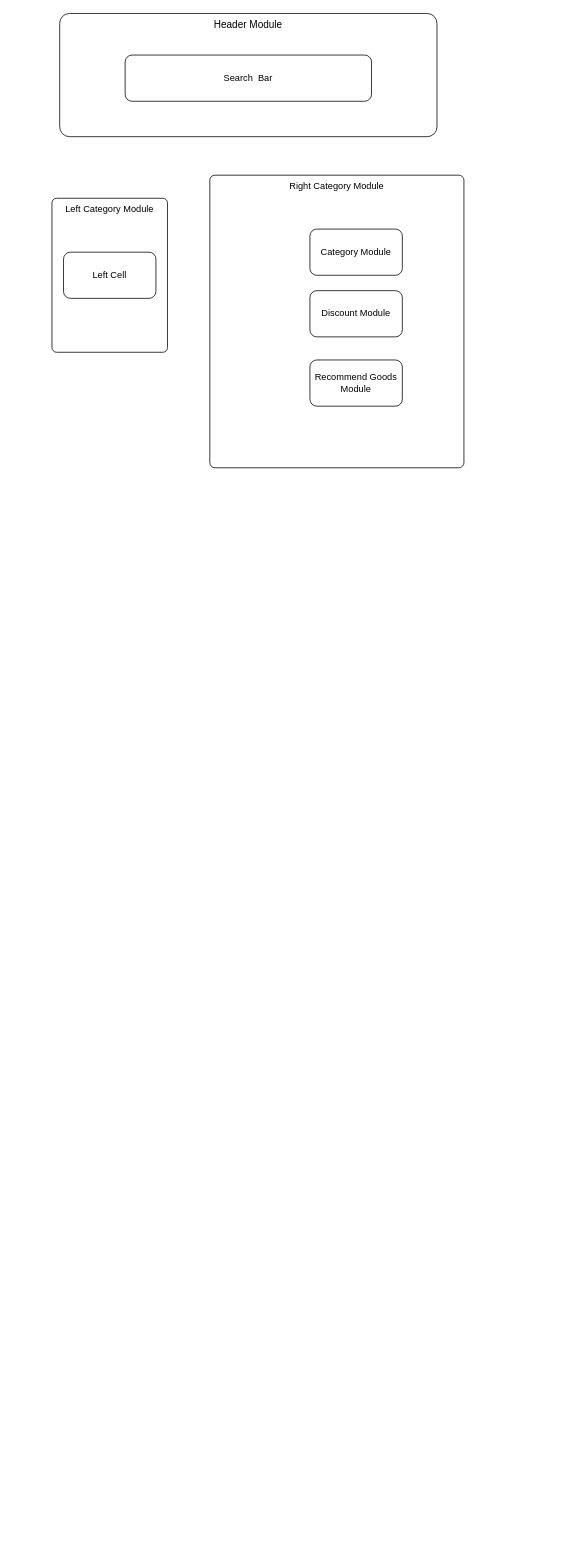
Before: Untitled Diagram.drawio in loohawe/blog, a draw.io diagram. Source tidied: cells renumbered, new cells numbered last; positions are measured from the earlier drawing's top-left corner, leaving out a move shared by most shapes. Both pictures are drawn from the tidied source at 77%, with x=0, y=0 at pixel (52, 13).
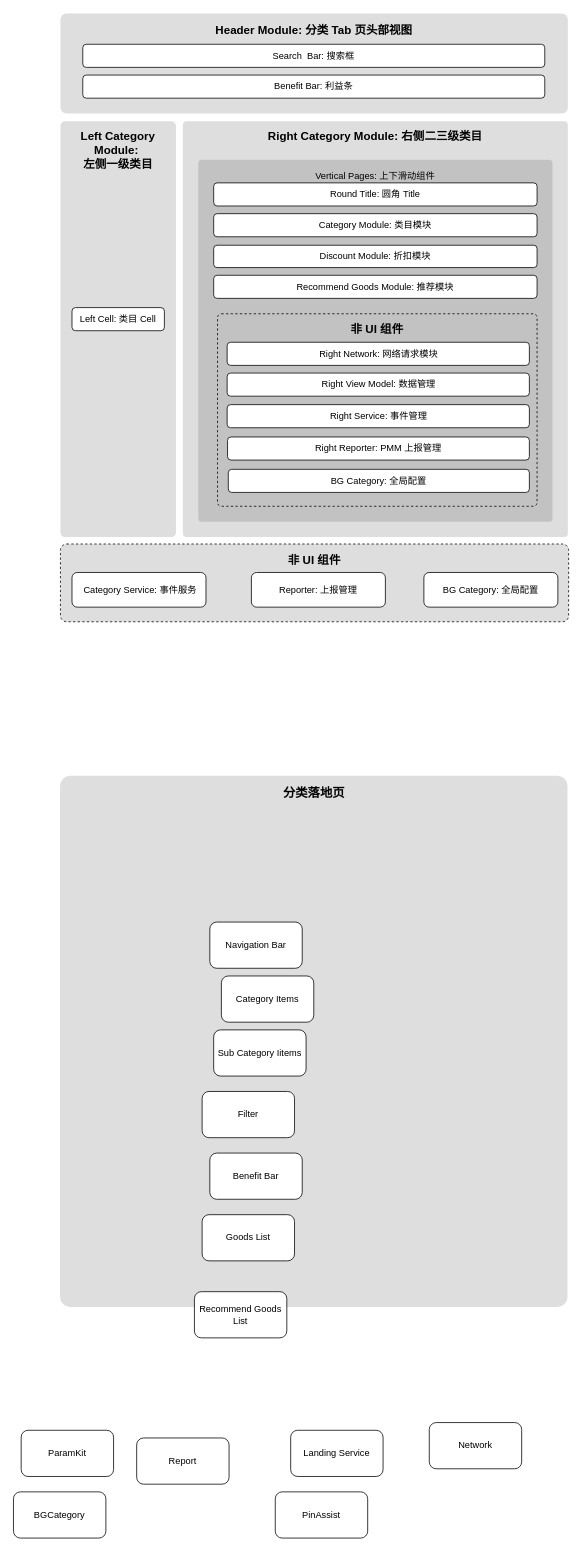
The same diagram, later.

Change to the diagram source:
```diff
@@
-    <mxCell id="2" style="rounded=1;whiteSpace=wrap;html=1;" parent="1" vertex="1">
-      <mxGeometry x="250" y="250" width="220" height="290" as="geometry" />
-    </mxCell>
-    <mxCell id="3" value="Header Module" style="rounded=1;whiteSpace=wrap;html=1;arcSize=8;align=center;verticalAlign=top;fontSize=13;" parent="1" vertex="1">
-      <mxGeometry x="10" width="490" height="160" as="geometry" />
+    <mxCell id="3" value="Header Module: 分类 Tab 页头部视图" style="rounded=1;arcSize=6;align=center;verticalAlign=top;fontSize=15;whiteSpace=wrap;html=1;spacingTop=6;fillStyle=auto;fillColor=#DEDEDE;strokeColor=none;fontStyle=1;" parent="1" vertex="1">
+      <mxGeometry x="11" width="659" height="130" as="geometry" />
     </mxCell>
-    <mxCell id="4" value="Left Category Module" style="rounded=1;whiteSpace=wrap;html=1;arcSize=4;verticalAlign=top;" parent="1" vertex="1">
-      <mxGeometry y="240" width="150" height="200" as="geometry" />
+    <mxCell id="4" value="Left Category Module:&amp;nbsp;&lt;div style=&quot;font-size: 15px;&quot;&gt;左侧一级类目&lt;/div&gt;" style="rounded=1;whiteSpace=wrap;html=1;arcSize=4;verticalAlign=top;spacingTop=4;strokeColor=none;fillColor=#DEDEDE;fontSize=15;fontStyle=1;" parent="1" vertex="1">
+      <mxGeometry x="11" y="140" width="150" height="540" as="geometry" />
     </mxCell>
-    <mxCell id="5" value="Right Category Module" style="rounded=1;whiteSpace=wrap;html=1;glass=0;arcSize=2;verticalAlign=top;" parent="1" vertex="1">
-      <mxGeometry x="205" y="210" width="330" height="380" as="geometry" />
+    <mxCell id="5" value="Right Category Module: 右侧二三级类目" style="rounded=1;whiteSpace=wrap;html=1;glass=0;arcSize=1;verticalAlign=top;fillColor=#DEDEDE;strokeColor=none;spacingTop=4;fontSize=15;fontStyle=1;" parent="1" vertex="1">
+      <mxGeometry x="170" y="140" width="500" height="540" as="geometry" />
     </mxCell>
-    <mxCell id="6" value="Search &amp;nbsp;Bar" style="rounded=1;whiteSpace=wrap;html=1;" parent="1" vertex="1">
-      <mxGeometry x="95" y="54" width="320" height="60" as="geometry" />
+    <mxCell id="6" value="Search &amp;nbsp;Bar: 搜索框" style="rounded=1;whiteSpace=wrap;html=1;" parent="1" vertex="1">
+      <mxGeometry x="40" y="40" width="600" height="30" as="geometry" />
     </mxCell>
-    <mxCell id="7" value="Left Cell" style="rounded=1;whiteSpace=wrap;html=1;" parent="1" vertex="1">
-      <mxGeometry x="15" y="310" width="120" height="60" as="geometry" />
+    <mxCell id="7" value="Left Cell: 类目 Cell" style="rounded=1;whiteSpace=wrap;html=1;" parent="1" vertex="1">
+      <mxGeometry x="26" y="382" width="120" height="30" as="geometry" />
     </mxCell>
+    <mxCell id="2" value="Vertical Pages: 上下滑动组件" style="rounded=1;whiteSpace=wrap;html=1;align=center;verticalAlign=top;spacingTop=7;arcSize=1;fillColor=#C2C2C2;strokeColor=none;" parent="1" vertex="1">
+      <mxGeometry x="190" y="190" width="460" height="470" as="geometry" />
+    </mxCell>
-    <mxCell id="8" value="Category Module" style="rounded=1;whiteSpace=wrap;html=1;" parent="1" vertex="1">
-      <mxGeometry x="335" y="280" width="120" height="60" as="geometry" />
+    <mxCell id="8" value="Category Module: 类目模块" style="rounded=1;whiteSpace=wrap;html=1;" parent="1" vertex="1">
+      <mxGeometry x="210" y="260" width="420" height="30" as="geometry" />
     </mxCell>
-    <mxCell id="9" value="Discount Module" style="rounded=1;whiteSpace=wrap;html=1;" parent="1" vertex="1">
-      <mxGeometry x="335" y="360" width="120" height="60" as="geometry" />
+    <mxCell id="9" value="Discount Module: 折扣模块" style="rounded=1;whiteSpace=wrap;html=1;" parent="1" vertex="1">
+      <mxGeometry x="210" y="301" width="420" height="29" as="geometry" />
     </mxCell>
-    <mxCell id="10" value="Recommend Goods Module" style="rounded=1;whiteSpace=wrap;html=1;" parent="1" vertex="1">
-      <mxGeometry x="335" y="450" width="120" height="60" as="geometry" />
+    <mxCell id="10" value="Recommend Goods Module: 推荐模块" style="rounded=1;whiteSpace=wrap;html=1;" parent="1" vertex="1">
+      <mxGeometry x="210" y="340" width="420" height="30" as="geometry" />
     </mxCell>
+    <mxCell id="11" value="Benefit Bar: 利益条" style="rounded=1;whiteSpace=wrap;html=1;" parent="1" vertex="1">
+      <mxGeometry x="40" y="80" width="600" height="30" as="geometry" />
+    </mxCell>
+    <mxCell id="12" value="Round Title: 圆角 Title" style="rounded=1;whiteSpace=wrap;html=1;" parent="1" vertex="1">
+      <mxGeometry x="210" y="220" width="420" height="30" as="geometry" />
+    </mxCell>
+    <mxCell id="13" value="分类落地页" style="rounded=1;whiteSpace=wrap;html=1;verticalAlign=top;arcSize=2;fillColor=#DEDEDE;strokeColor=none;spacingTop=6;fontStyle=1;fontSize=16;" parent="1" vertex="1">
+      <mxGeometry x="10.5" y="990" width="659" height="690" as="geometry" />
+    </mxCell>
+    <mxCell id="14" value="Navigation Bar" style="rounded=1;whiteSpace=wrap;html=1;" parent="1" vertex="1">
+      <mxGeometry x="205" y="1180" width="120" height="60" as="geometry" />
+    </mxCell>
+    <mxCell id="15" value="Category Items" style="rounded=1;whiteSpace=wrap;html=1;" parent="1" vertex="1">
+      <mxGeometry x="220" y="1250" width="120" height="60" as="geometry" />
+    </mxCell>
+    <mxCell id="16" value="Sub Category Iitems" style="rounded=1;whiteSpace=wrap;html=1;" parent="1" vertex="1">
+      <mxGeometry x="210" y="1320" width="120" height="60" as="geometry" />
+    </mxCell>
+    <mxCell id="17" value="Filter" style="rounded=1;whiteSpace=wrap;html=1;" parent="1" vertex="1">
+      <mxGeometry x="195" y="1400" width="120" height="60" as="geometry" />
+    </mxCell>
+    <mxCell id="18" value="Benefit Bar" style="rounded=1;whiteSpace=wrap;html=1;" parent="1" vertex="1">
+      <mxGeometry x="205" y="1480" width="120" height="60" as="geometry" />
+    </mxCell>
+    <mxCell id="19" value="Goods List" style="rounded=1;whiteSpace=wrap;html=1;" parent="1" vertex="1">
+      <mxGeometry x="195" y="1560" width="120" height="60" as="geometry" />
+    </mxCell>
+    <mxCell id="20" value="Recommend Goods List" style="rounded=1;whiteSpace=wrap;html=1;" parent="1" vertex="1">
+      <mxGeometry x="185" y="1660" width="120" height="60" as="geometry" />
+    </mxCell>
+    <mxCell id="21" value="PinAssist" style="rounded=1;whiteSpace=wrap;html=1;" parent="1" vertex="1">
+      <mxGeometry x="290" y="1920" width="120" height="60" as="geometry" />
+    </mxCell>
+    <mxCell id="22" value="Report" style="rounded=1;whiteSpace=wrap;html=1;" parent="1" vertex="1">
+      <mxGeometry x="110" y="1850" width="120" height="60" as="geometry" />
+    </mxCell>
+    <mxCell id="23" value="Landing Service" style="rounded=1;whiteSpace=wrap;html=1;" parent="1" vertex="1">
+      <mxGeometry x="310" y="1840" width="120" height="60" as="geometry" />
+    </mxCell>
+    <mxCell id="24" value="Network" style="rounded=1;whiteSpace=wrap;html=1;" parent="1" vertex="1">
+      <mxGeometry x="490" y="1830" width="120" height="60" as="geometry" />
+    </mxCell>
+    <mxCell id="25" value="BGCategory" style="rounded=1;whiteSpace=wrap;html=1;" parent="1" vertex="1">
+      <mxGeometry x="-50" y="1920" width="120" height="60" as="geometry" />
+    </mxCell>
+    <mxCell id="26" value="ParamKit" style="rounded=1;whiteSpace=wrap;html=1;" parent="1" vertex="1">
+      <mxGeometry x="-40" y="1840" width="120" height="60" as="geometry" />
+    </mxCell>
+    <mxCell id="27" value="&lt;b&gt;&lt;font style=&quot;font-size: 15px;&quot;&gt;非 UI 组件&lt;/font&gt;&lt;/b&gt;" style="rounded=1;whiteSpace=wrap;html=1;dashed=1;fillStyle=auto;fillColor=none;verticalAlign=top;spacingTop=5;arcSize=2;" parent="1" vertex="1">
+      <mxGeometry x="215" y="390" width="415" height="250" as="geometry" />
+    </mxCell>
+    <mxCell id="28" value="Right Network: 网络请求模块" style="rounded=1;whiteSpace=wrap;html=1;fillColor=#FFFFFF;strokeColor=default;" parent="1" vertex="1">
+      <mxGeometry x="227.5" y="427" width="392.5" height="30" as="geometry" />
+    </mxCell>
+    <mxCell id="29" value="Right View Model: 数据管理" style="rounded=1;whiteSpace=wrap;html=1;" parent="1" vertex="1">
+      <mxGeometry x="227.5" y="467" width="392.5" height="30" as="geometry" />
+    </mxCell>
+    <mxCell id="30" value="Right Service: 事件管理" style="rounded=1;whiteSpace=wrap;html=1;" parent="1" vertex="1">
+      <mxGeometry x="227.5" y="508" width="392.5" height="30" as="geometry" />
+    </mxCell>
+    <mxCell id="31" value="Right Reporter: PMM 上报管理" style="rounded=1;whiteSpace=wrap;html=1;" parent="1" vertex="1">
+      <mxGeometry x="228" y="550" width="392" height="30" as="geometry" />
+    </mxCell>
+    <mxCell id="32" value="BG Category: 全局配置" style="rounded=1;whiteSpace=wrap;html=1;" parent="1" vertex="1">
+      <mxGeometry x="229" y="592" width="391" height="30" as="geometry" />
+    </mxCell>
+    <mxCell id="33" value="&lt;font style=&quot;font-size: 15px;&quot;&gt;&lt;b&gt;非 UI 组件&lt;/b&gt;&lt;/font&gt;" style="rounded=1;whiteSpace=wrap;html=1;arcSize=8;fillColor=#DEDEDE;strokeColor=default;dashed=1;verticalAlign=top;spacingTop=6;" parent="1" vertex="1">
+      <mxGeometry x="11" y="689" width="660" height="101" as="geometry" />
+    </mxCell>
+    <mxCell id="34" value="&amp;nbsp;&lt;span&gt;Category&amp;nbsp;&lt;/span&gt;Service: 事件服务" style="rounded=1;whiteSpace=wrap;html=1;fontStyle=0;" parent="1" vertex="1">
+      <mxGeometry x="26" y="726" width="174" height="45" as="geometry" />
+    </mxCell>
+    <mxCell id="35" value="Reporter: 上报管理" style="rounded=1;whiteSpace=wrap;html=1;" parent="1" vertex="1">
+      <mxGeometry x="259" y="726" width="174" height="45" as="geometry" />
+    </mxCell>
+    <mxCell id="36" value="BG Category: 全局配置" style="rounded=1;whiteSpace=wrap;html=1;" parent="1" vertex="1">
+      <mxGeometry x="483" y="726" width="174" height="45" as="geometry" />
+    </mxCell>
```
